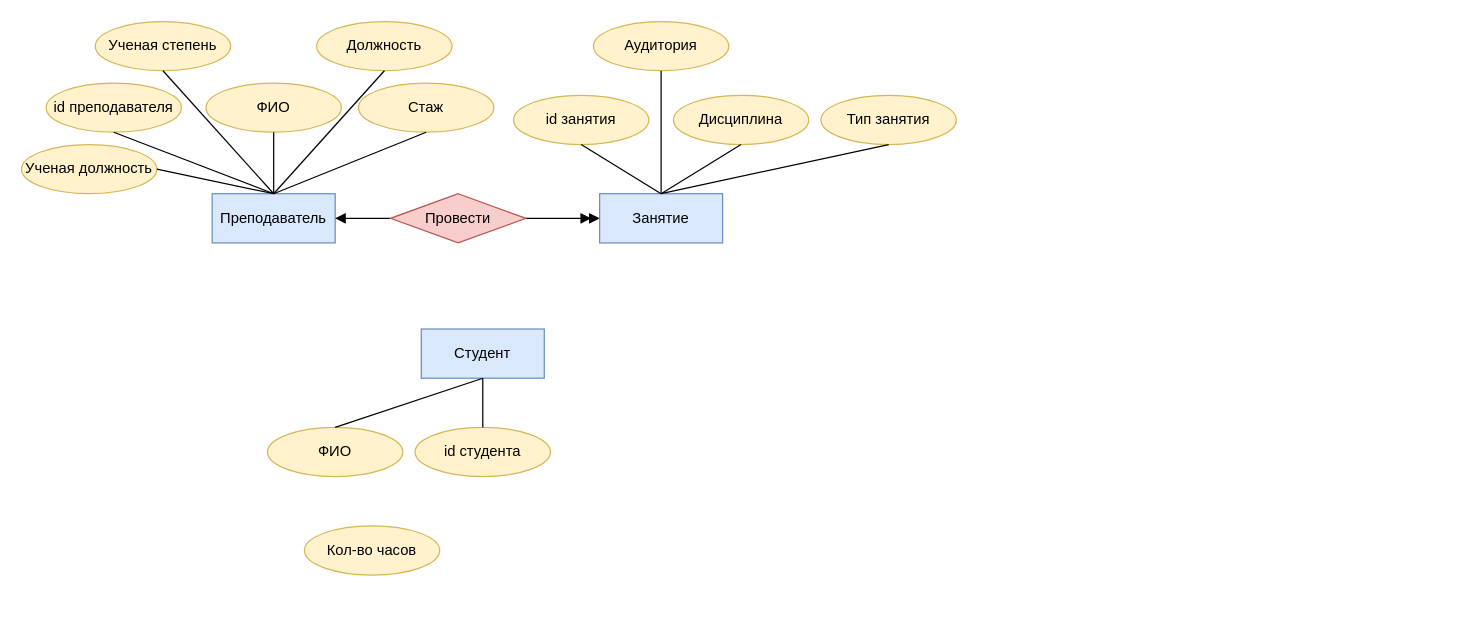
Above: draw_io/БД.drawio in Dimj1k/Works (draw.io), before the change. Source tidied: cells renumbered, new cells numbered last; positions are measured from the earlier drawing's top-left corner, leaving out a move shared by most shapes. Both pictures are drawn from the tidied source at 123%, with x=0, y=0 at pixel (21, 21).
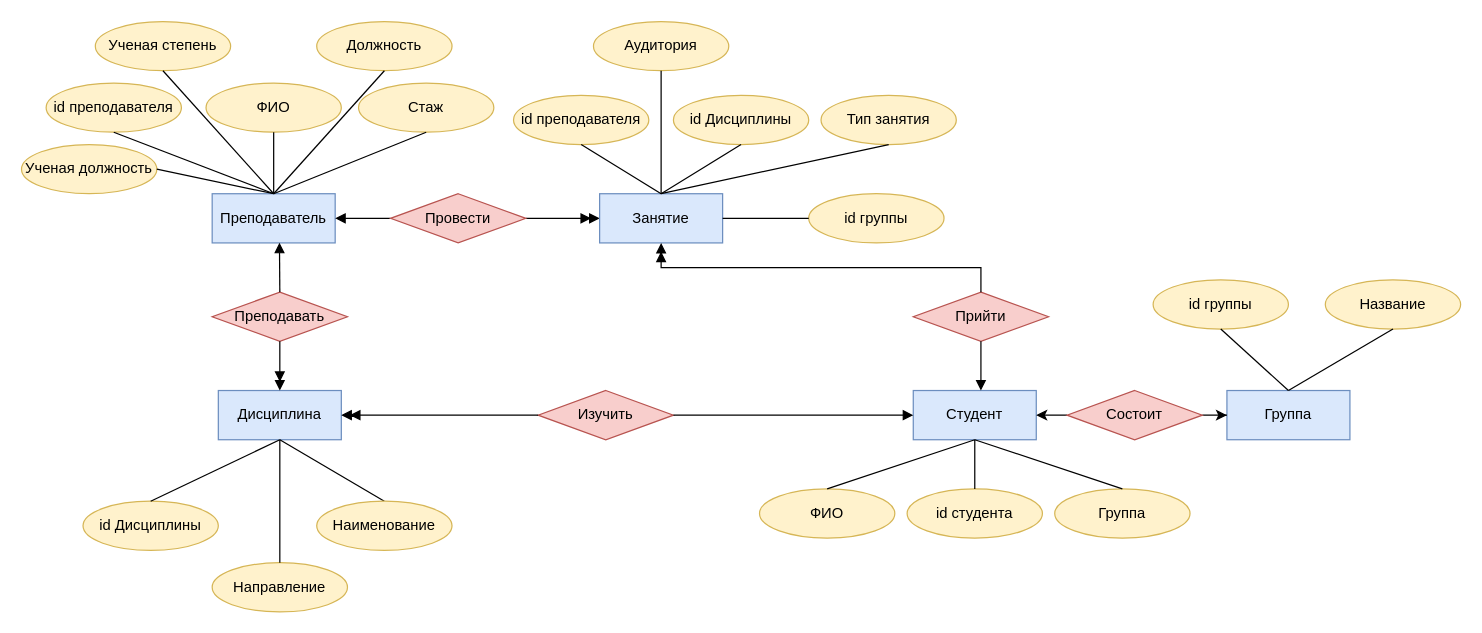
Above is the later version.

The change refers to these unchanged cells:
```xml
<mxCell id="7" value="Преподаватель" style="whiteSpace=wrap;html=1;align=center;fillColor=#dae8fc;strokeColor=#6c8ebf;" parent="1" vertex="1">
  <mxGeometry x="155" y="140" width="100" height="40" as="geometry" />
</mxCell>
<mxCell id="16" value="Занятие" style="whiteSpace=wrap;html=1;align=center;fillColor=#dae8fc;strokeColor=#6c8ebf;" parent="1" vertex="1">
  <mxGeometry x="470" y="140" width="100" height="40" as="geometry" />
</mxCell>
```

What changed in the source:
```diff
@@
-    <mxCell id="19" value="id занятия" style="ellipse;whiteSpace=wrap;html=1;align=center;fillColor=#fff2cc;strokeColor=#d6b656;" parent="1" vertex="1">
+    <mxCell id="19" value="id преподавателя" style="ellipse;whiteSpace=wrap;html=1;align=center;fillColor=#fff2cc;strokeColor=#d6b656;" parent="1" vertex="1">
       <mxGeometry x="400" y="60" width="110" height="40" as="geometry" />
     </mxCell>
@@
     <mxCell id="23" value="Студент" style="whiteSpace=wrap;html=1;align=center;fillColor=#dae8fc;strokeColor=#6c8ebf;" parent="1" vertex="1">
-      <mxGeometry x="325" y="250" width="100" height="40" as="geometry" />
+      <mxGeometry x="725" y="300" width="100" height="40" as="geometry" />
     </mxCell>
     <mxCell id="24" value="id студента" style="ellipse;whiteSpace=wrap;html=1;align=center;fillColor=#fff2cc;strokeColor=#d6b656;" parent="1" vertex="1">
-      <mxGeometry x="320" y="330" width="110" height="40" as="geometry" />
+      <mxGeometry x="720" y="380" width="110" height="40" as="geometry" />
     </mxCell>
@@
-    <mxCell id="26" value="Кол-во часов" style="ellipse;whiteSpace=wrap;html=1;align=center;fillColor=#fff2cc;strokeColor=#d6b656;" parent="1" vertex="1">
-      <mxGeometry x="230" y="410" width="110" height="40" as="geometry" />
+    <mxCell id="26" value="Группа" style="ellipse;whiteSpace=wrap;html=1;align=center;fillColor=#fff2cc;strokeColor=#d6b656;" parent="1" vertex="1">
+      <mxGeometry x="840" y="380" width="110" height="40" as="geometry" />
     </mxCell>
@@
     <mxCell id="29" value="ФИО" style="ellipse;whiteSpace=wrap;html=1;align=center;fillColor=#fff2cc;strokeColor=#d6b656;" parent="1" vertex="1">
-      <mxGeometry x="200" y="330" width="110" height="40" as="geometry" />
+      <mxGeometry x="600" y="380" width="110" height="40" as="geometry" />
     </mxCell>
@@
-    <mxCell id="31" value="Дисциплина" style="ellipse;whiteSpace=wrap;html=1;align=center;fillColor=#fff2cc;strokeColor=#d6b656;" parent="1" vertex="1">
+    <mxCell id="31" value="id Дисциплины" style="ellipse;whiteSpace=wrap;html=1;align=center;fillColor=#fff2cc;strokeColor=#d6b656;" parent="1" vertex="1">
       <mxGeometry x="530" y="60" width="110" height="40" as="geometry" />
     </mxCell>
@@
+    <mxCell id="33" style="endArrow=none;html=1;rounded=0;exitX=0.5;exitY=1;exitDx=0;exitDy=0;entryX=0.5;entryY=0;entryDx=0;entryDy=0;" parent="1" edge="1" source="23" target="26">
+      <mxGeometry relative="1" as="geometry" />
+    </mxCell>
+    <mxCell id="34" value="Прийти" style="shape=rhombus;perimeter=rhombusPerimeter;whiteSpace=wrap;html=1;align=center;fillColor=#f8cecc;strokeColor=#b85450;" parent="1" vertex="1">
+      <mxGeometry x="725" y="220" width="110" height="40" as="geometry" />
+    </mxCell>
+    <mxCell id="35" style="edgeStyle=orthogonalEdgeStyle;rounded=0;orthogonalLoop=1;jettySize=auto;html=1;endArrow=block;endFill=1;" parent="1" edge="1">
+      <mxGeometry relative="1" as="geometry">
+        <mxPoint x="780" y="260" as="sourcePoint" />
+        <mxPoint x="780" y="300" as="targetPoint" />
+        <Array as="points">
+          <mxPoint x="780" y="300" />
+        </Array>
+      </mxGeometry>
+    </mxCell>
+    <mxCell id="36" style="edgeStyle=orthogonalEdgeStyle;rounded=0;jettySize=auto;html=1;entryX=0.5;entryY=1;entryDx=0;entryDy=0;endArrow=doubleBlock;endFill=1;exitX=0.5;exitY=0;exitDx=0;exitDy=0;" parent="1" edge="1" source="34" target="16">
+      <mxGeometry relative="1" as="geometry" />
+    </mxCell>
+    <mxCell id="37" value="Дисциплина" style="whiteSpace=wrap;html=1;align=center;fillColor=#dae8fc;strokeColor=#6c8ebf;" parent="1" vertex="1">
+      <mxGeometry x="160" y="300" width="100" height="40" as="geometry" />
+    </mxCell>
+    <mxCell id="38" value="id группы" style="ellipse;whiteSpace=wrap;html=1;align=center;fillColor=#fff2cc;strokeColor=#d6b656;" parent="1" vertex="1">
+      <mxGeometry x="640" y="140" width="110" height="40" as="geometry" />
+    </mxCell>
+    <mxCell id="39" style="endArrow=none;html=1;rounded=0;exitX=0;exitY=0.5;exitDx=0;exitDy=0;entryX=1;entryY=0.5;entryDx=0;entryDy=0;" parent="1" edge="1" source="38" target="16">
+      <mxGeometry relative="1" as="geometry" />
+    </mxCell>
+    <mxCell id="40" value="Преподавать" style="shape=rhombus;perimeter=rhombusPerimeter;whiteSpace=wrap;html=1;align=center;fillColor=#f8cecc;strokeColor=#b85450;" parent="1" vertex="1">
+      <mxGeometry x="155" y="220" width="110" height="40" as="geometry" />
+    </mxCell>
+    <mxCell id="41" value="id Дисциплины" style="ellipse;whiteSpace=wrap;html=1;align=center;fillColor=#fff2cc;strokeColor=#d6b656;" parent="1" vertex="1">
+      <mxGeometry x="50" y="390" width="110" height="40" as="geometry" />
+    </mxCell>
+    <mxCell id="42" style="endArrow=none;html=1;rounded=0;exitX=0.5;exitY=0;exitDx=0;exitDy=0;entryX=0.5;entryY=1;entryDx=0;entryDy=0;" parent="1" edge="1" source="41" target="37">
+      <mxGeometry relative="1" as="geometry" />
+    </mxCell>
+    <mxCell id="43" style="endArrow=none;html=1;rounded=0;entryX=0.5;entryY=1;entryDx=0;entryDy=0;exitX=0.5;exitY=0;exitDx=0;exitDy=0;" parent="1" edge="1" source="44" target="37">
+      <mxGeometry relative="1" as="geometry" />
+    </mxCell>
+    <mxCell id="44" value="Наименование" style="ellipse;whiteSpace=wrap;html=1;align=center;fillColor=#fff2cc;strokeColor=#d6b656;" parent="1" vertex="1">
+      <mxGeometry x="240" y="390" width="110" height="40" as="geometry" />
+    </mxCell>
+    <mxCell id="45" value="Направление" style="ellipse;whiteSpace=wrap;html=1;align=center;fillColor=#fff2cc;strokeColor=#d6b656;" parent="1" vertex="1">
+      <mxGeometry x="155" y="440" width="110" height="40" as="geometry" />
+    </mxCell>
+    <mxCell id="46" style="endArrow=none;html=1;rounded=0;entryX=0.5;entryY=1;entryDx=0;entryDy=0;exitX=0.5;exitY=0;exitDx=0;exitDy=0;" parent="1" edge="1" source="45" target="37">
+      <mxGeometry relative="1" as="geometry" />
+    </mxCell>
+    <mxCell id="47" value="Изучить" style="shape=rhombus;perimeter=rhombusPerimeter;whiteSpace=wrap;html=1;align=center;fillColor=#f8cecc;strokeColor=#b85450;" parent="1" vertex="1">
+      <mxGeometry x="420" y="300" width="110" height="40" as="geometry" />
+    </mxCell>
+    <mxCell id="48" style="rounded=0;jettySize=auto;html=1;endArrow=block;endFill=1;entryX=0;entryY=0.5;entryDx=0;entryDy=0;exitX=1;exitY=0.5;exitDx=0;exitDy=0;" parent="1" edge="1" source="47" target="23">
+      <mxGeometry relative="1" as="geometry" />
+    </mxCell>
+    <mxCell id="49" style="rounded=0;jettySize=auto;html=1;entryX=1;entryY=0.5;entryDx=0;entryDy=0;endArrow=doubleBlock;endFill=1;exitX=0;exitY=0.5;exitDx=0;exitDy=0;" parent="1" edge="1" source="47" target="37">
+      <mxGeometry relative="1" as="geometry" />
+    </mxCell>
+    <mxCell id="50" style="rounded=0;jettySize=auto;html=1;entryX=0.5;entryY=0;entryDx=0;entryDy=0;endArrow=doubleBlock;endFill=1;exitX=0.5;exitY=1;exitDx=0;exitDy=0;" parent="1" edge="1" source="40" target="37">
+      <mxGeometry relative="1" as="geometry" />
+    </mxCell>
+    <mxCell id="51" style="rounded=0;jettySize=auto;html=1;entryX=0.547;entryY=0.996;entryDx=0;entryDy=0;endArrow=block;endFill=1;exitX=0.5;exitY=0;exitDx=0;exitDy=0;entryPerimeter=0;" parent="1" edge="1" source="40" target="7">
+      <mxGeometry relative="1" as="geometry" />
+    </mxCell>
+    <mxCell id="52" value="Группа" style="whiteSpace=wrap;html=1;align=center;fillColor=#dae8fc;strokeColor=#6c8ebf;" parent="1" vertex="1">
+      <mxGeometry x="980" y="300" width="100" height="40" as="geometry" />
+    </mxCell>
+    <mxCell id="53" value="id группы" style="ellipse;whiteSpace=wrap;html=1;align=center;fillColor=#fff2cc;strokeColor=#d6b656;" parent="1" vertex="1">
+      <mxGeometry x="920" y="210" width="110" height="40" as="geometry" />
+    </mxCell>
+    <mxCell id="54" value="Название" style="ellipse;whiteSpace=wrap;html=1;align=center;fillColor=#fff2cc;strokeColor=#d6b656;" parent="1" vertex="1">
+      <mxGeometry x="1060" y="210" width="110" height="40" as="geometry" />
+    </mxCell>
+    <mxCell id="55" style="endArrow=none;html=1;rounded=0;exitX=0.5;exitY=1;exitDx=0;exitDy=0;entryX=0.5;entryY=0;entryDx=0;entryDy=0;" parent="1" edge="1" source="53" target="52">
+      <mxGeometry relative="1" as="geometry" />
+    </mxCell>
+    <mxCell id="56" style="endArrow=none;html=1;rounded=0;exitX=0.5;exitY=1;exitDx=0;exitDy=0;entryX=0.5;entryY=0;entryDx=0;entryDy=0;" parent="1" edge="1" source="54" target="52">
+      <mxGeometry relative="1" as="geometry" />
+    </mxCell>
+    <mxCell id="57" style="edgeStyle=orthogonalEdgeStyle;rounded=0;jettySize=auto;html=1;entryX=1;entryY=0.5;entryDx=0;entryDy=0;" parent="1" edge="1" source="59" target="23">
+      <mxGeometry relative="1" as="geometry" />
+    </mxCell>
+    <mxCell id="58" style="edgeStyle=orthogonalEdgeStyle;rounded=0;jettySize=auto;html=1;entryX=0;entryY=0.5;entryDx=0;entryDy=0;" parent="1" edge="1" source="59" target="52">
+      <mxGeometry relative="1" as="geometry" />
+    </mxCell>
+    <mxCell id="59" value="Состоит" style="shape=rhombus;perimeter=rhombusPerimeter;whiteSpace=wrap;html=1;align=center;fillColor=#f8cecc;strokeColor=#b85450;" parent="1" vertex="1">
+      <mxGeometry x="850" y="300" width="110" height="40" as="geometry" />
+    </mxCell>
```
